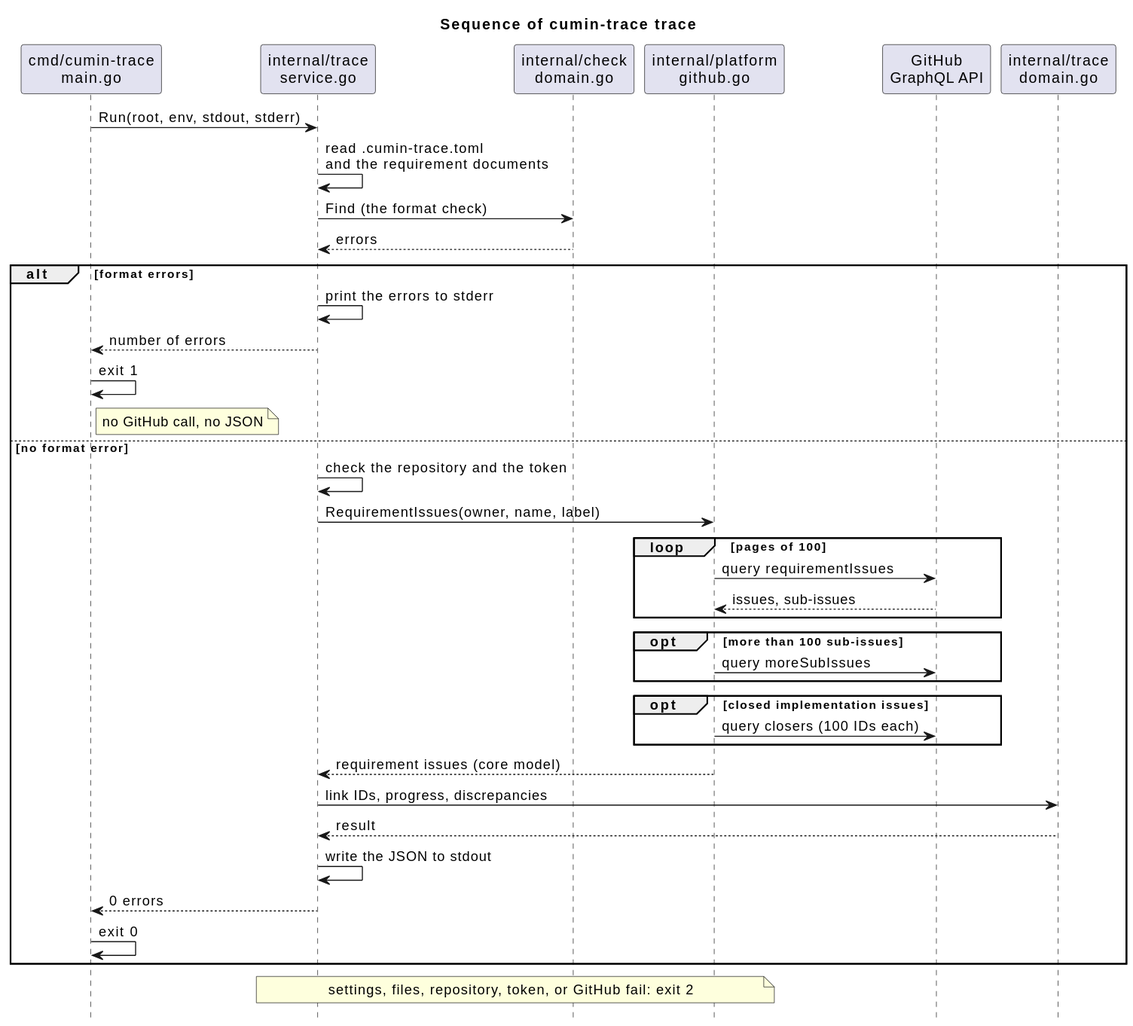
Above: docs/ja/designs/trace/trace-sequence.svg in cloveclovedev/cumin-trace (PlantUML), before the change.
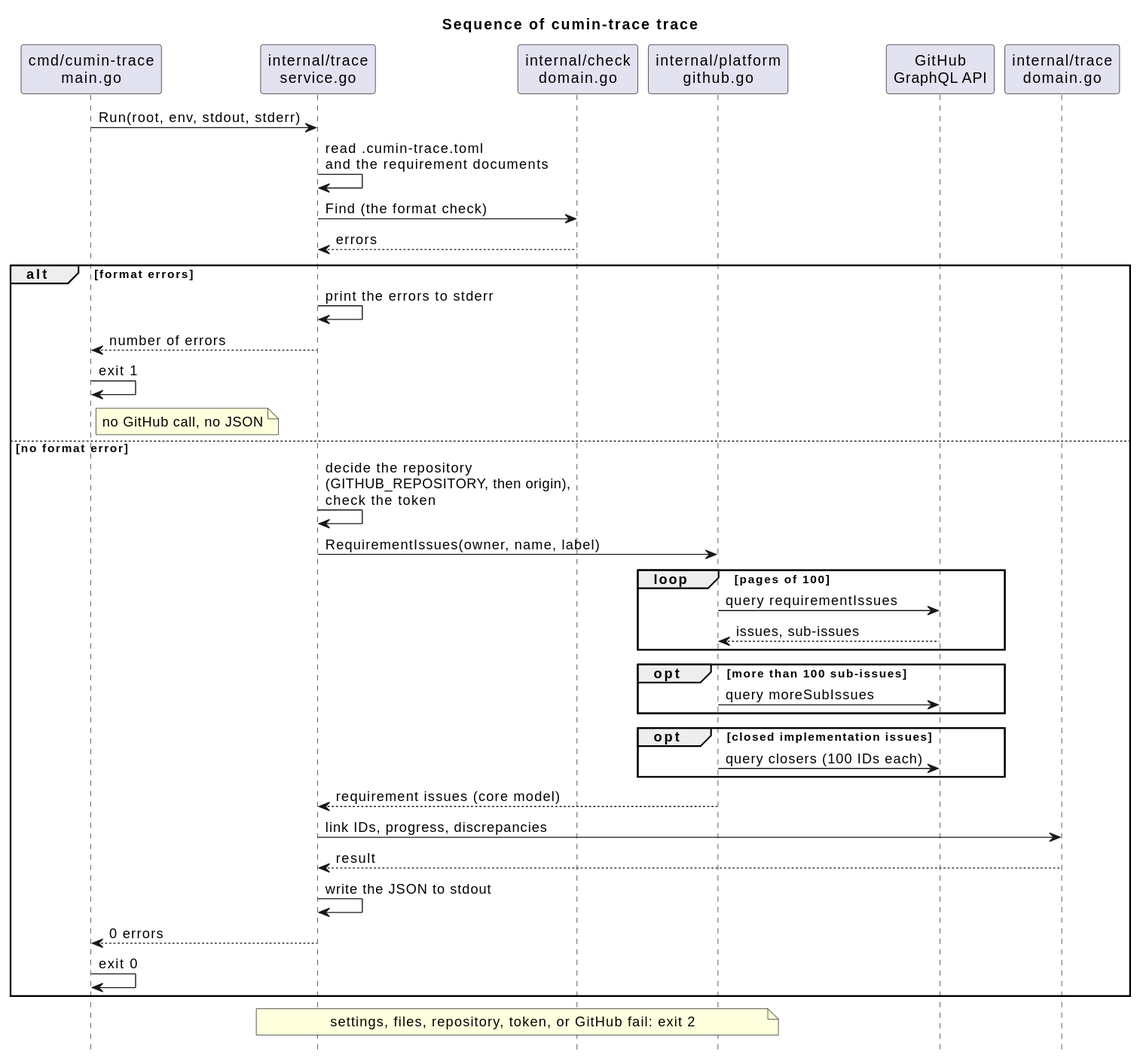
Above is the later version.

Commit message:
docs(designs): read IDs from the Requirements section and the repository from the environment

Diff of the diagram source:
```diff
@@ -21,7 +21,7 @@
   main -> main : exit 1
   note right of main : no GitHub call, no JSON
 else no format error
-  service -> service : check the repository and the token
+  service -> service : decide the repository\n(GITHUB_REPOSITORY, then origin),\ncheck the token
   service -> github : RequirementIssues(owner, name, label)
   loop pages of 100
     github -> api : query requirementIssues
```
